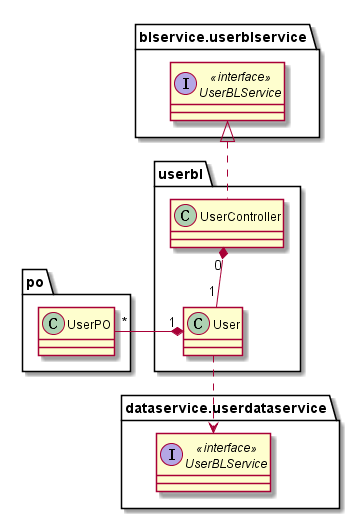
Earlier version of the PlantUML export docTask4/userbl_detailed_class_diagram.png (Lovell-918/UMLImage). Its diagram source:
```plantuml
@startuml userbl_detailed_class_diagram

interface blservice.userblservice.UserBLService << interface >>
class po.UserPO
interface dataservice.userdataservice.UserBLService << interface >>

package "userbl" {
    class UserController
    class User
    User "1" *-left- "*" po.UserPO
    User .down.> dataservice.userdataservice.UserBLService
    UserController .up.|> blservice.userblservice.UserBLService
    UserController "0" *-down- "1" User
}

@enduml
```
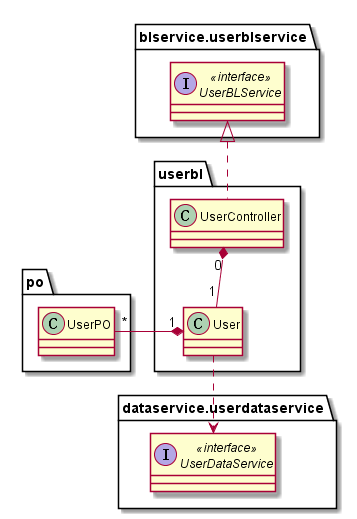
After the commit.

Change to the diagram source:
```diff
@@ -2,13 +2,13 @@
 
 interface blservice.userblservice.UserBLService << interface >>
 class po.UserPO
-interface dataservice.userdataservice.UserBLService << interface >>
+interface dataservice.userdataservice.UserDataService << interface >>
 
 package "userbl" {
     class UserController
     class User
     User "1" *-left- "*" po.UserPO
-    User .down.> dataservice.userdataservice.UserBLService
+    User .down.> dataservice.userdataservice.UserDataService
     UserController .up.|> blservice.userblservice.UserBLService
     UserController "0" *-down- "1" User
 }
```
